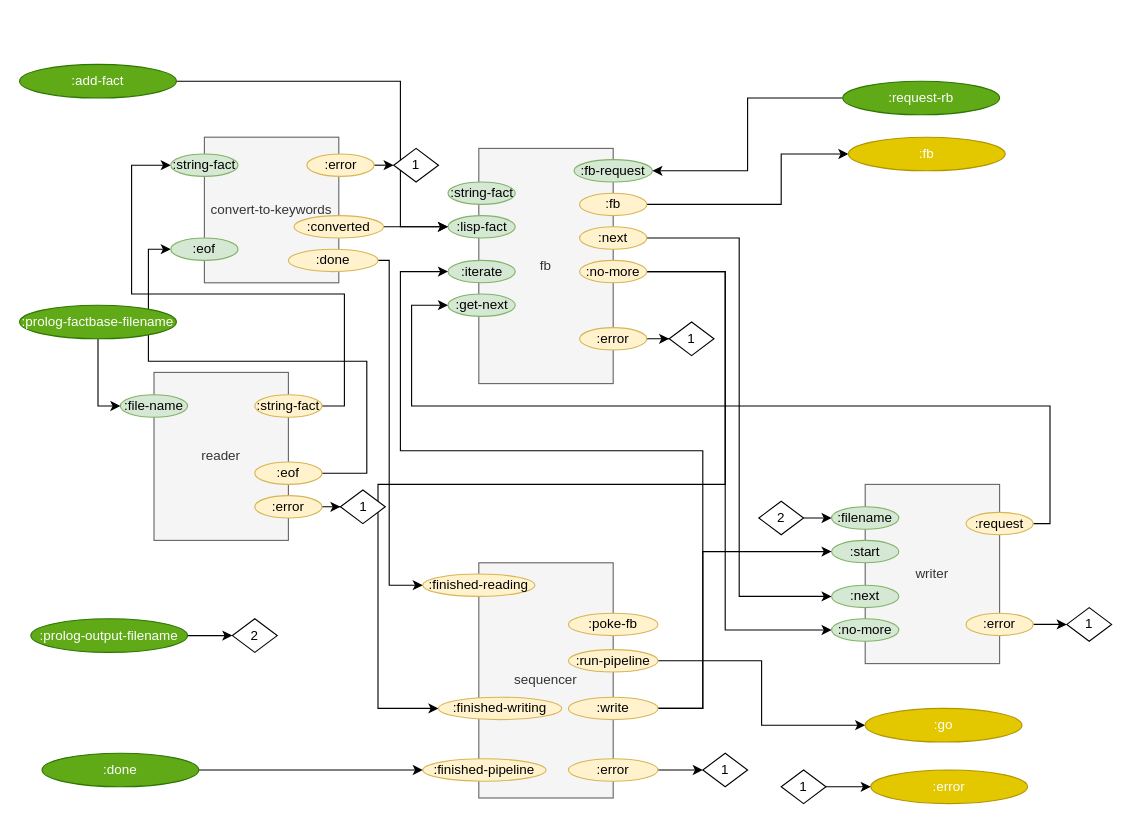
The draw.io diagram page "Compiler test bed" (4 of 10) of svg/cl-compiler/doc/compiler-test-bed.drawio in bmfbp/bmfbp, before the edit. Source tidied: cells renumbered, new cells numbered last; positions are measured from the earlier drawing's top-left corner, leaving out a move shared by most shapes. Both pictures are drawn from the tidied source at 112%, with x=0, y=0 at pixel (19, 64).
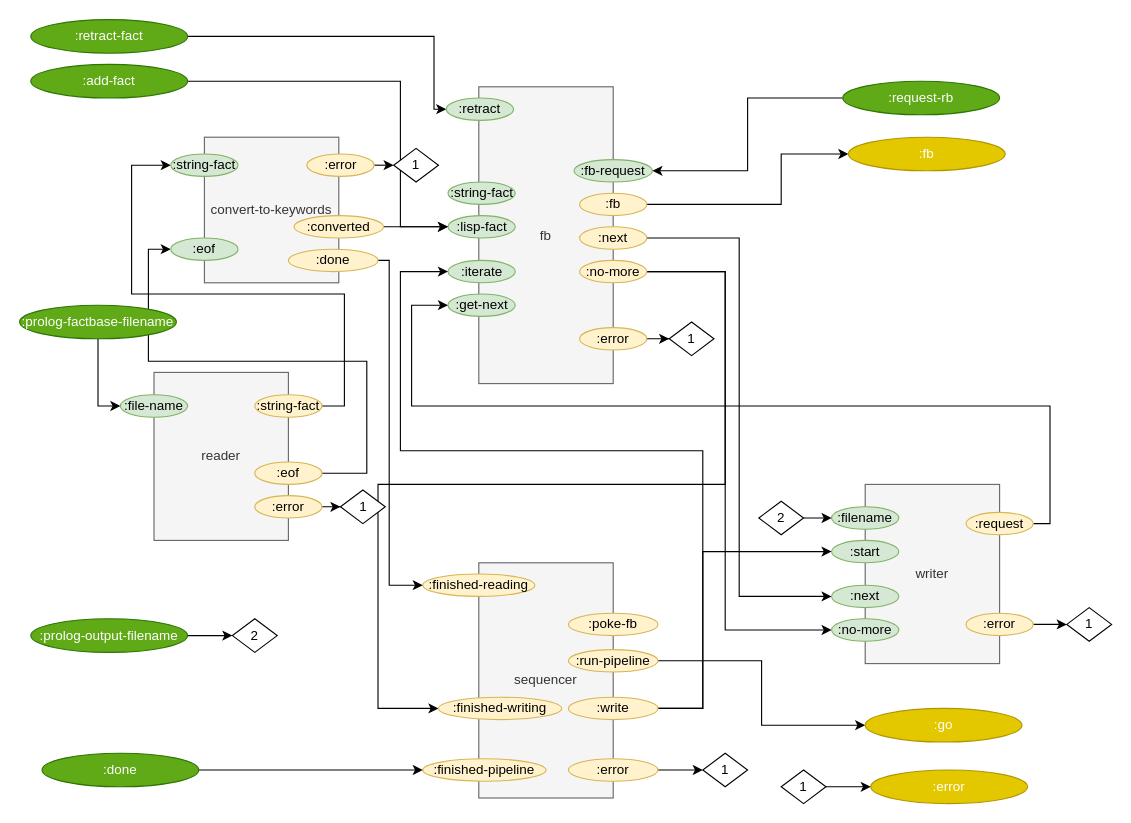
After the change.

What changed in the source:
```diff
@@
     <mxCell id="3" value="fb" style="rounded=0;whiteSpace=wrap;html=1;fillColor=#f5f5f5;strokeColor=#666666;fontColor=#333333;" parent="1" vertex="1">
-      <mxGeometry x="410" y="75" width="120" height="210" as="geometry" />
+      <mxGeometry x="410" y="20" width="120" height="265" as="geometry" />
     </mxCell>
@@
     <mxCell id="73" value=":add-fact" style="ellipse;whiteSpace=wrap;html=1;fillColor=#60a917;strokeColor=#2D7600;fontColor=#ffffff;" parent="1" vertex="1">
-      <mxGeometry width="140" height="30" as="geometry" />
+      <mxGeometry x="10" width="140" height="30" as="geometry" />
     </mxCell>
@@
+    <mxCell id="78" style="edgeStyle=orthogonalEdgeStyle;rounded=0;jettySize=auto;html=1;exitX=1;exitY=0.5;exitDx=0;exitDy=0;entryX=0;entryY=0.5;entryDx=0;entryDy=0;" parent="1" edge="1" source="79" target="80">
+      <mxGeometry relative="1" as="geometry">
+        <Array as="points">
+          <mxPoint x="370" y="-25" />
+          <mxPoint x="370" y="40" />
+        </Array>
+      </mxGeometry>
+    </mxCell>
+    <mxCell id="79" value=":retract-fact" style="ellipse;whiteSpace=wrap;html=1;fillColor=#60a917;strokeColor=#2D7600;fontColor=#ffffff;" parent="1" vertex="1">
+      <mxGeometry x="10" y="-40" width="140" height="30" as="geometry" />
+    </mxCell>
+    <mxCell id="80" value=":retract" style="ellipse;whiteSpace=wrap;html=1;fillColor=#d5e8d4;strokeColor=#82b366;" parent="1" vertex="1">
+      <mxGeometry x="381" y="30" width="60" height="20" as="geometry" />
+    </mxCell>
```
